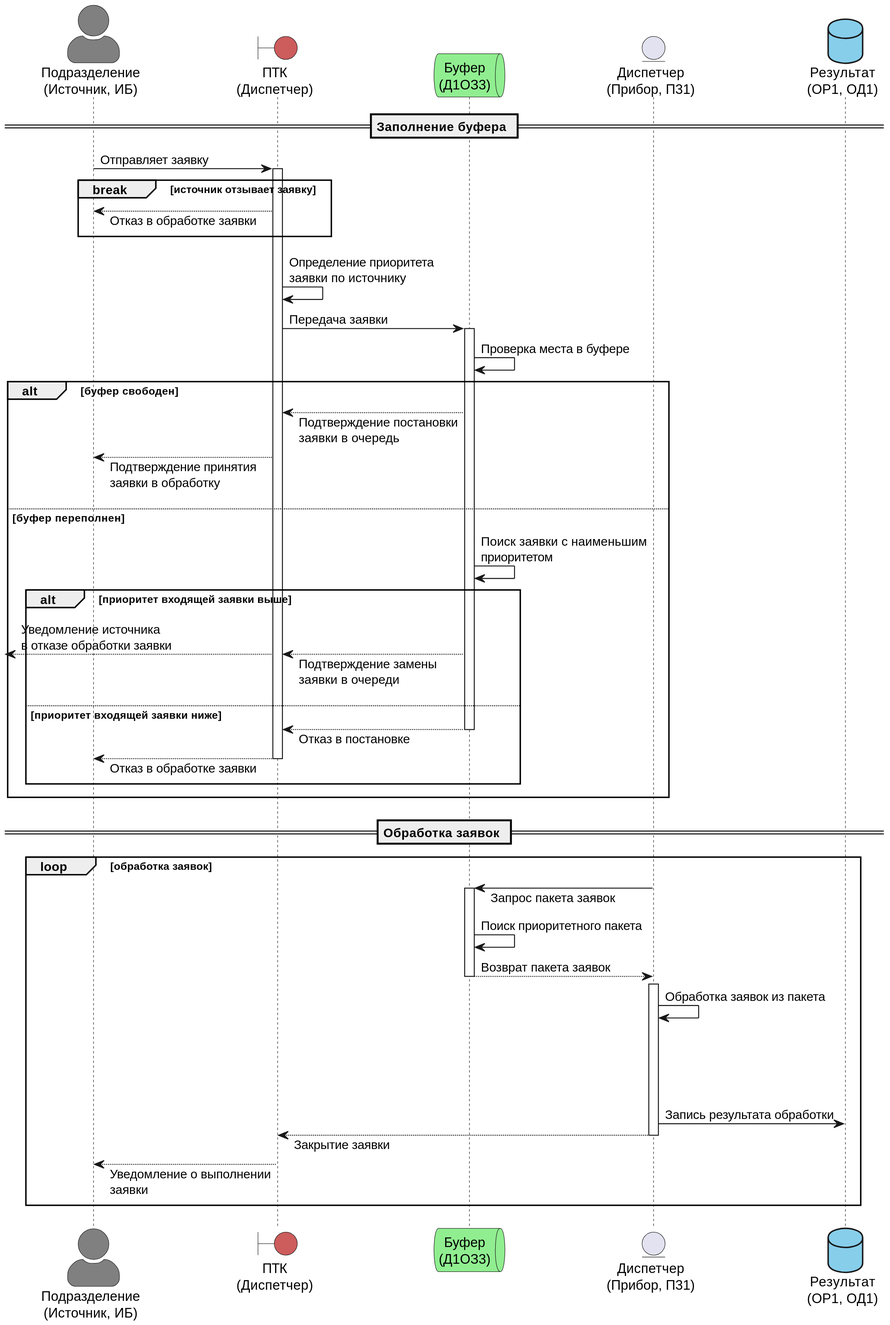
Earlier version of the PlantUML export docs/diagrams/out/sequnce/sequence-diagram.svg (zagric/ASS).
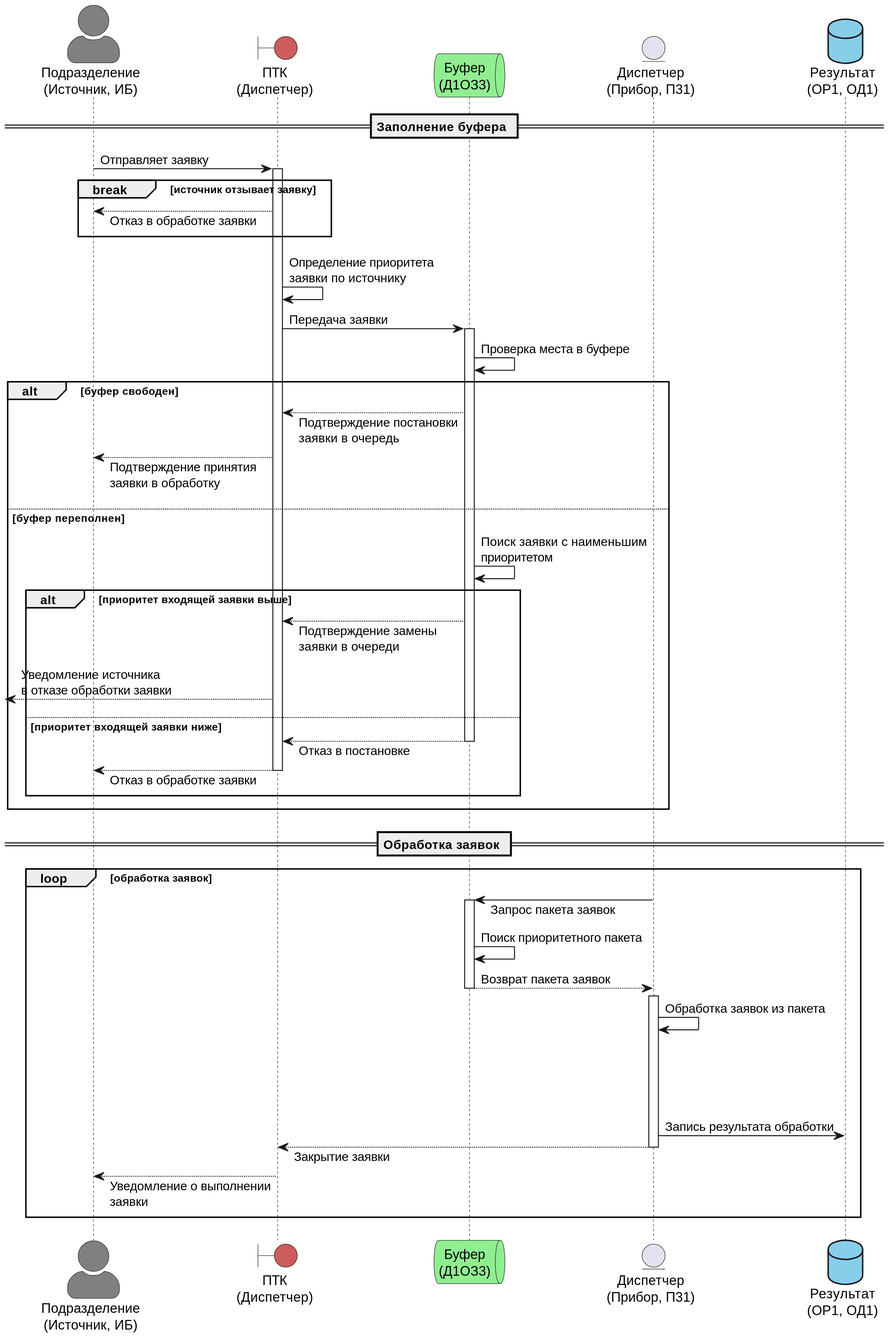
The same file after the commit.

Commit message:
fix: remove parallel response

Diff of the diagram source:
```diff
@@ -26,7 +26,7 @@
 		buffer	-> buffer:	Поиск заявки с наименьшим\nприоритетом
 		alt приоритет входящей заявки выше
 			ptk			<-- buffer:		Подтверждение замены\nзаявки в очереди
-			&				<-- ptk:			Уведомление источника\nв отказе обработки заявки
+							<-- ptk:			Уведомление источника\nв отказе обработки заявки
 		else приоритет входящей заявки ниже
 			ptk			<-- buffer--:	Отказ в постановке
 			source	<-- ptk--:		Отказ в обработке заявки
```
